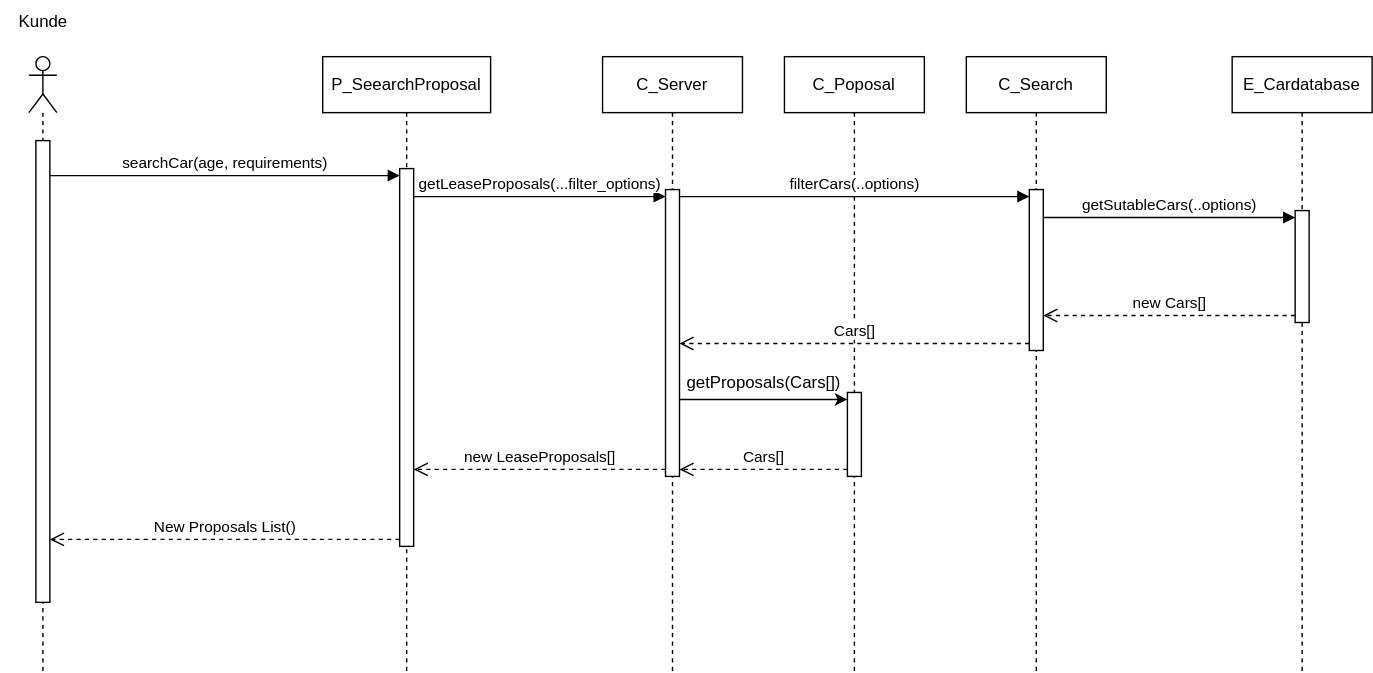
MassimiIiano/software-eng-projects-uni keeps this draw.io diagram as sw-eng-05.drawio.svg. Above is the earlier version. Source tidied: cells renumbered, new cells last; positions are measured from the earlier drawing's top-left corner, leaving out a move shared by most shapes.
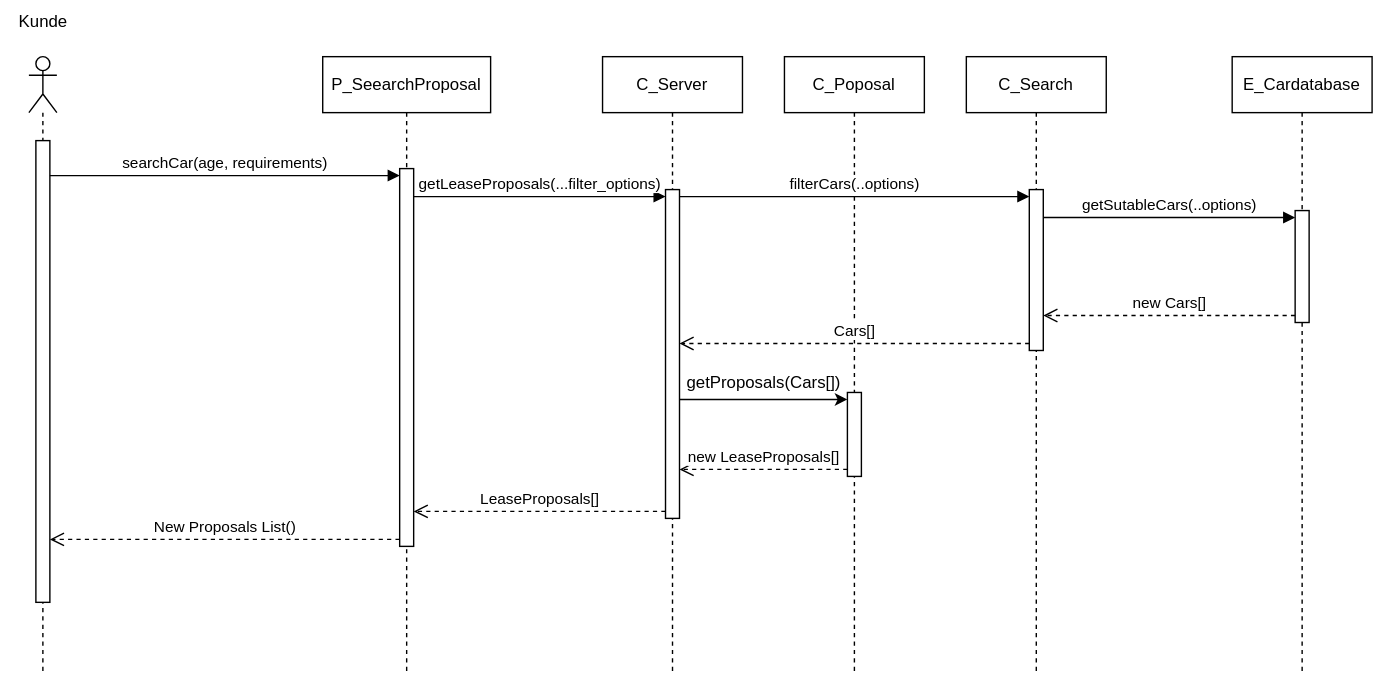
The same diagram one commit later.

Diff of the diagram source:
```diff
@@ -50,7 +50,7 @@
     <mxCell id="17" style="html=1;points=[[0,0,0,0,5],[0,1,0,0,-5],[1,0,0,0,5],[1,1,0,0,-5]];perimeter=orthogonalPerimeter;outlineConnect=0;targetShapes=umlLifeline;portConstraint=eastwest;newEdgeStyle={&quot;curved&quot;:0,&quot;rounded&quot;:0};" parent="16" vertex="1">
       <mxGeometry x="45" y="240" width="10" height="60" as="geometry" />
     </mxCell>
-    <mxCell id="18" value="new LeaseProposals[]" style="html=1;verticalAlign=bottom;endArrow=open;dashed=1;endSize=8;curved=0;rounded=0;exitX=0;exitY=1;exitDx=0;exitDy=-5;exitPerimeter=0;" parent="1" edge="1" source="21" target="5">
+    <mxCell id="18" value="LeaseProposals[]" style="html=1;verticalAlign=bottom;endArrow=open;dashed=1;endSize=8;curved=0;rounded=0;exitX=0;exitY=1;exitDx=0;exitDy=-5;exitPerimeter=0;" parent="1" edge="1" source="21" target="5">
       <mxGeometry relative="1" as="geometry" />
     </mxCell>
     <mxCell id="19" value="Cars[]" style="html=1;verticalAlign=bottom;endArrow=open;dashed=1;endSize=8;curved=0;rounded=0;exitX=0;exitY=1;exitDx=0;exitDy=-5;exitPerimeter=0;" parent="1" edge="1" source="7" target="21">
@@ -60,7 +60,7 @@
       <mxGeometry x="430" y="40" width="100" height="440" as="geometry" />
     </mxCell>
     <mxCell id="21" style="html=1;points=[[0,0,0,0,5],[0,1,0,0,-5],[1,0,0,0,5],[1,1,0,0,-5]];perimeter=orthogonalPerimeter;outlineConnect=0;targetShapes=umlLifeline;portConstraint=eastwest;newEdgeStyle={&quot;curved&quot;:0,&quot;rounded&quot;:0};" parent="20" vertex="1">
-      <mxGeometry x="45" y="95" width="10" height="205" as="geometry" />
+      <mxGeometry x="45" y="95" width="10" height="235" as="geometry" />
     </mxCell>
     <mxCell id="22" value="filterCars(..options)" style="html=1;verticalAlign=bottom;endArrow=block;curved=0;rounded=0;entryX=0;entryY=0;entryDx=0;entryDy=5;exitX=1;exitY=0;exitDx=0;exitDy=5;exitPerimeter=0;entryPerimeter=0;" parent="1" edge="1" source="21" target="7">
       <mxGeometry relative="1" as="geometry" />
@@ -76,7 +76,7 @@
     <mxCell id="24" value="getProposals(Cars[])" style="text;html=1;align=center;verticalAlign=middle;strokeColor=none;fillColor=none;" parent="1" vertex="1">
       <mxGeometry x="480" y="258" width="130" height="30" as="geometry" />
     </mxCell>
-    <mxCell id="25" value="Cars[]" style="html=1;verticalAlign=bottom;endArrow=open;dashed=1;endSize=8;curved=0;rounded=0;exitX=0;exitY=1;exitDx=0;exitDy=-5;exitPerimeter=0;entryX=1;entryY=1;entryDx=0;entryDy=-5;entryPerimeter=0;" parent="1" edge="1" source="17" target="21">
+    <mxCell id="25" value="new LeaseProposals[]" style="html=1;verticalAlign=bottom;endArrow=open;dashed=1;endSize=8;curved=0;rounded=0;exitX=0;exitY=1;exitDx=0;exitDy=-5;exitPerimeter=0;" parent="1" edge="1" source="17" target="21">
       <mxGeometry relative="1" as="geometry" />
     </mxCell>
   </root>
```
